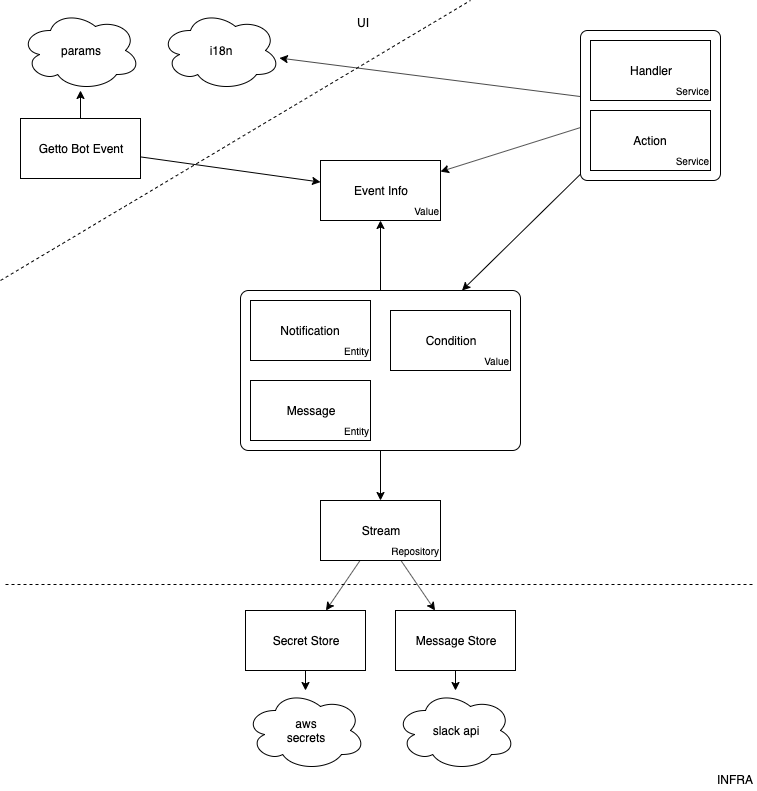
This is static/docs/psycher/getto/abstract.png from getto-systems/docs, a draw.io export, as it was before one commit. Source tidied: cells renumbered, new cells last; positions are measured from the earlier drawing's top-left corner, leaving out a move shared by most shapes. The source it was exported from:
```xml
<mxGraphModel>
  <root>
    <mxCell id="0" />
    <mxCell id="1" parent="0" />
    <mxCell id="2" style="endArrow=classic;html=1;" parent="1" edge="1" source="11" target="33">
      <mxGeometry relative="1" as="geometry" />
    </mxCell>
    <mxCell id="3" value="Getto Bot Event" style="rounded=0;whiteSpace=wrap;html=1;fillColor=#ffffff;" parent="1" vertex="1">
      <mxGeometry x="20" y="118" width="120" height="60" as="geometry" />
    </mxCell>
    <mxCell id="4" style="endArrow=classic;html=1;" parent="1" edge="1" source="3" target="33">
      <mxGeometry relative="1" as="geometry" />
    </mxCell>
    <mxCell id="5" value="params" style="ellipse;shape=cloud;whiteSpace=wrap;html=1;fillColor=#ffffff;" parent="1" vertex="1">
      <mxGeometry x="20" y="10" width="120" height="80" as="geometry" />
    </mxCell>
    <mxCell id="6" style="endArrow=classic;html=1;" parent="1" edge="1" source="3" target="5">
      <mxGeometry relative="1" as="geometry" />
    </mxCell>
    <mxCell id="7" style="endArrow=classic;html=1;" parent="1" edge="1" source="25" target="33">
      <mxGeometry relative="1" as="geometry" />
    </mxCell>
    <mxCell id="8" value="i18n" style="ellipse;shape=cloud;whiteSpace=wrap;html=1;fillColor=none;" parent="1" vertex="1">
      <mxGeometry x="160" y="10" width="120" height="80" as="geometry" />
    </mxCell>
    <mxCell id="9" style="endArrow=classic;html=1;" parent="1" edge="1" source="11" target="8">
      <mxGeometry relative="1" as="geometry" />
    </mxCell>
    <mxCell id="10" style="endArrow=classic;html=1;" parent="1" edge="1" source="11" target="25">
      <mxGeometry relative="1" as="geometry" />
    </mxCell>
    <mxCell id="11" style="rounded=1;whiteSpace=wrap;html=1;fillColor=none;arcSize=5;" parent="1" vertex="1">
      <mxGeometry x="580" y="30" width="140" height="150" as="geometry" />
    </mxCell>
    <mxCell id="12" style="endArrow=none;dashed=1;html=1;" parent="1" edge="1">
      <mxGeometry relative="1" as="geometry">
        <mxPoint y="280" as="sourcePoint" />
        <mxPoint x="470" as="targetPoint" />
      </mxGeometry>
    </mxCell>
    <mxCell id="13" value="UI" style="text;html=1;align=left;verticalAlign=top;spacingTop=-4;" parent="1" vertex="1">
      <mxGeometry x="355" y="13" width="30" height="20" as="geometry" />
    </mxCell>
    <mxCell id="14" value="Secret Store" style="rounded=0;whiteSpace=wrap;html=1;fillColor=#ffffff;" parent="1" vertex="1">
      <mxGeometry x="245" y="610" width="120" height="60" as="geometry" />
    </mxCell>
    <mxCell id="15" value="Message Store" style="rounded=0;whiteSpace=wrap;html=1;fillColor=#ffffff;" parent="1" vertex="1">
      <mxGeometry x="395" y="610" width="120" height="60" as="geometry" />
    </mxCell>
    <mxCell id="16" style="endArrow=classic;html=1;" parent="1" edge="1" source="45" target="14">
      <mxGeometry relative="1" as="geometry" />
    </mxCell>
    <mxCell id="17" style="endArrow=classic;html=1;" parent="1" edge="1" source="45" target="15">
      <mxGeometry relative="1" as="geometry" />
    </mxCell>
    <mxCell id="18" style="endArrow=none;dashed=1;html=1;" parent="1" edge="1">
      <mxGeometry relative="1" as="geometry">
        <mxPoint x="5" y="584" as="sourcePoint" />
        <mxPoint x="755" y="584" as="targetPoint" />
      </mxGeometry>
    </mxCell>
    <mxCell id="19" value="INFRA" style="text;html=1;align=right;verticalAlign=top;spacingTop=-4;" parent="1" vertex="1">
      <mxGeometry x="705" y="770" width="50" height="20" as="geometry" />
    </mxCell>
    <mxCell id="20" value="slack api" style="ellipse;shape=cloud;whiteSpace=wrap;html=1;fillColor=#ffffff;" parent="1" vertex="1">
      <mxGeometry x="395" y="690" width="120" height="80" as="geometry" />
    </mxCell>
    <mxCell id="21" value="aws&lt;br&gt;secrets" style="ellipse;shape=cloud;whiteSpace=wrap;html=1;fillColor=#ffffff;" parent="1" vertex="1">
      <mxGeometry x="245" y="690" width="120" height="80" as="geometry" />
    </mxCell>
    <mxCell id="22" style="endArrow=classic;html=1;" parent="1" edge="1" source="14" target="21">
      <mxGeometry relative="1" as="geometry" />
    </mxCell>
    <mxCell id="23" style="endArrow=classic;html=1;" parent="1" edge="1" source="15" target="20">
      <mxGeometry relative="1" as="geometry" />
    </mxCell>
    <mxCell id="24" style="endArrow=classic;html=1;" parent="1" edge="1" source="25" target="45">
      <mxGeometry relative="1" as="geometry" />
    </mxCell>
    <mxCell id="25" style="rounded=1;whiteSpace=wrap;html=1;fillColor=none;arcSize=5;" parent="1" vertex="1">
      <mxGeometry x="240" y="290" width="280" height="160" as="geometry" />
    </mxCell>
    <mxCell id="26" style="group;" parent="1" vertex="1">
      <mxGeometry x="590" y="40" width="120" height="60" as="geometry" />
    </mxCell>
    <mxCell id="27" value="Handler" style="rounded=0;whiteSpace=wrap;html=1;" parent="26" vertex="1">
      <mxGeometry width="120" height="60" as="geometry" />
    </mxCell>
    <mxCell id="28" value="Service" style="text;html=1;strokeColor=none;fillColor=none;align=right;verticalAlign=middle;whiteSpace=wrap;rounded=0;fontSize=10;" parent="26" vertex="1">
      <mxGeometry x="80" y="40" width="40" height="20" as="geometry" />
    </mxCell>
    <mxCell id="29" style="group;" parent="1" vertex="1">
      <mxGeometry x="590" y="110" width="120" height="60" as="geometry" />
    </mxCell>
    <mxCell id="30" value="Action" style="rounded=0;whiteSpace=wrap;html=1;" parent="29" vertex="1">
      <mxGeometry width="120" height="60" as="geometry" />
    </mxCell>
    <mxCell id="31" value="Service" style="text;html=1;strokeColor=none;fillColor=none;align=right;verticalAlign=middle;whiteSpace=wrap;rounded=0;fontSize=10;" parent="29" vertex="1">
      <mxGeometry x="80" y="40" width="40" height="20" as="geometry" />
    </mxCell>
    <mxCell id="32" style="group;" parent="1" vertex="1">
      <mxGeometry x="320" y="160" width="120" height="60" as="geometry" />
    </mxCell>
    <mxCell id="33" value="Event Info" style="rounded=0;whiteSpace=wrap;html=1;fillColor=#ffffff;" parent="32" vertex="1">
      <mxGeometry width="120" height="60" as="geometry" />
    </mxCell>
    <mxCell id="34" value="Value" style="text;html=1;strokeColor=none;fillColor=none;align=right;verticalAlign=middle;whiteSpace=wrap;rounded=0;fontSize=10;" parent="32" vertex="1">
      <mxGeometry x="80" y="40" width="40" height="20" as="geometry" />
    </mxCell>
    <mxCell id="35" style="group;" parent="1" vertex="1">
      <mxGeometry x="390" y="310" width="120" height="60" as="geometry" />
    </mxCell>
    <mxCell id="36" value="Condition" style="rounded=0;whiteSpace=wrap;html=1;fillColor=#ffffff;" parent="35" vertex="1">
      <mxGeometry width="120" height="60" as="geometry" />
    </mxCell>
    <mxCell id="37" value="Value" style="text;html=1;strokeColor=none;fillColor=none;align=right;verticalAlign=middle;whiteSpace=wrap;rounded=0;fontSize=10;" parent="35" vertex="1">
      <mxGeometry x="80" y="40" width="40" height="20" as="geometry" />
    </mxCell>
    <mxCell id="38" style="group;" parent="1" vertex="1">
      <mxGeometry x="250" y="300" width="120" height="60" as="geometry" />
    </mxCell>
    <mxCell id="39" value="Notification" style="rounded=0;whiteSpace=wrap;html=1;fillColor=#ffffff;" parent="38" vertex="1">
      <mxGeometry width="120" height="60" as="geometry" />
    </mxCell>
    <mxCell id="40" value="Entity" style="text;html=1;strokeColor=none;fillColor=none;align=right;verticalAlign=middle;whiteSpace=wrap;rounded=0;fontSize=10;" parent="38" vertex="1">
      <mxGeometry x="80" y="40" width="40" height="20" as="geometry" />
    </mxCell>
    <mxCell id="41" style="group;" parent="1" vertex="1">
      <mxGeometry x="250" y="380" width="120" height="60" as="geometry" />
    </mxCell>
    <mxCell id="42" value="Message" style="rounded=0;whiteSpace=wrap;html=1;fillColor=#ffffff;" parent="41" vertex="1">
      <mxGeometry width="120" height="60" as="geometry" />
    </mxCell>
    <mxCell id="43" value="Entity" style="text;html=1;strokeColor=none;fillColor=none;align=right;verticalAlign=middle;whiteSpace=wrap;rounded=0;fontSize=10;" parent="41" vertex="1">
      <mxGeometry x="80" y="40" width="40" height="20" as="geometry" />
    </mxCell>
    <mxCell id="44" style="group;" parent="1" vertex="1">
      <mxGeometry x="320" y="500" width="120" height="60" as="geometry" />
    </mxCell>
    <mxCell id="45" value="Stream" style="rounded=0;whiteSpace=wrap;html=1;fillColor=#ffffff;" parent="44" vertex="1">
      <mxGeometry width="120" height="60" as="geometry" />
    </mxCell>
    <mxCell id="46" value="Repository" style="text;html=1;strokeColor=none;fillColor=none;align=right;verticalAlign=middle;whiteSpace=wrap;rounded=0;fontSize=10;" parent="44" vertex="1">
      <mxGeometry x="50" y="40" width="70" height="20" as="geometry" />
    </mxCell>
  </root>
</mxGraphModel>
```
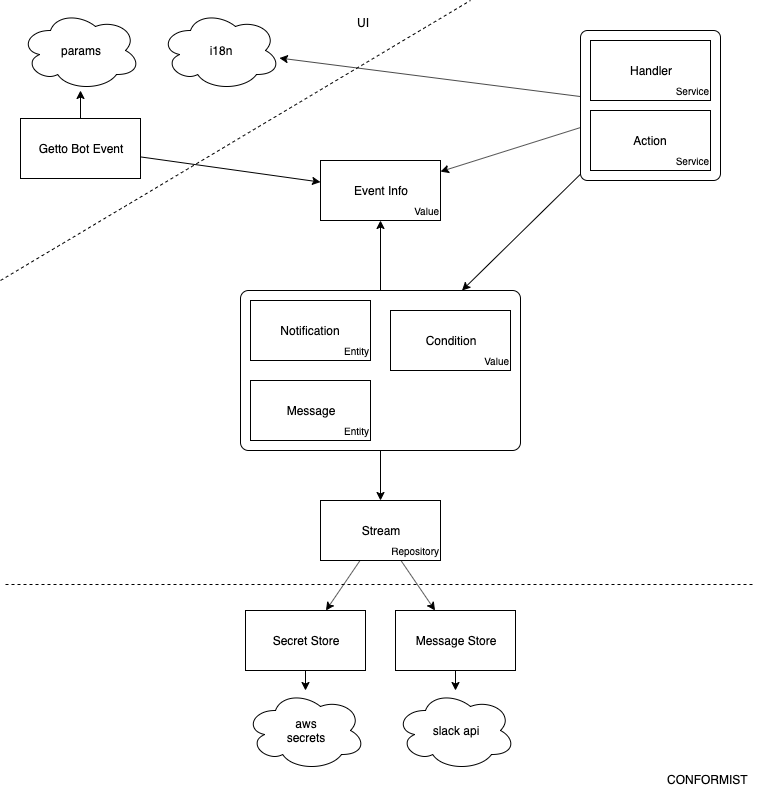
After the change.

Diff of the diagram source:
```diff
@@ -59,8 +59,8 @@
         <mxPoint x="755" y="584" as="targetPoint" />
       </mxGeometry>
     </mxCell>
-    <mxCell id="19" value="INFRA" style="text;html=1;align=right;verticalAlign=top;spacingTop=-4;" parent="1" vertex="1">
-      <mxGeometry x="705" y="770" width="50" height="20" as="geometry" />
+    <mxCell id="19" value="CONFORMIST" style="text;html=1;align=right;verticalAlign=top;spacingTop=-4;" parent="1" vertex="1">
+      <mxGeometry x="650" y="770" width="100" height="20" as="geometry" />
     </mxCell>
     <mxCell id="20" value="slack api" style="ellipse;shape=cloud;whiteSpace=wrap;html=1;fillColor=#ffffff;" parent="1" vertex="1">
       <mxGeometry x="395" y="690" width="120" height="80" as="geometry" />
```
